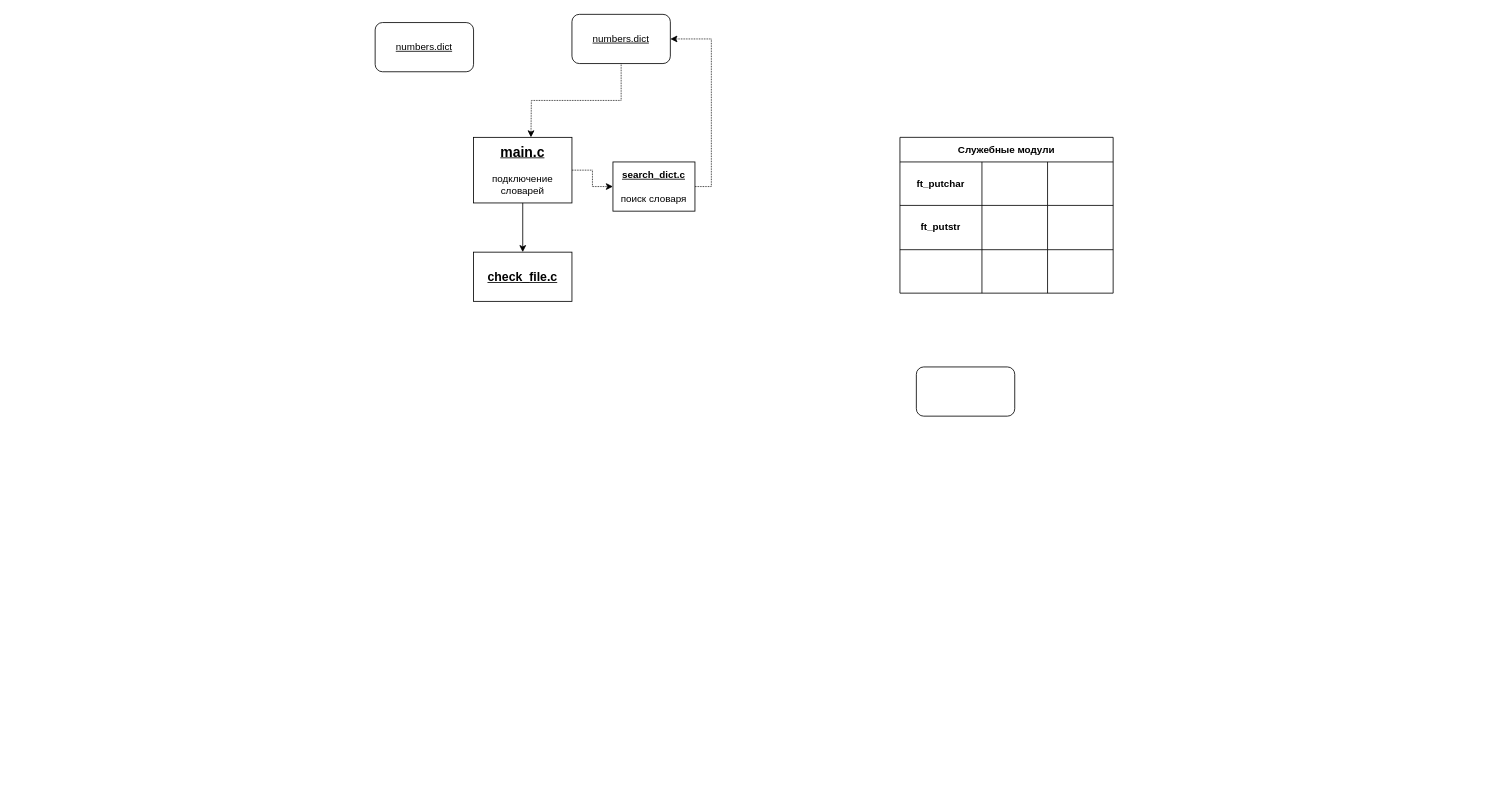
The draw.io diagram Untitled Diagram.drawio in Horokoo/rush2, before the edit. Source tidied: cells renumbered, new cells numbered last; positions are measured from the earlier drawing's top-left corner, leaving out a move shared by most shapes. Both pictures are drawn from the tidied source at 82%, with x=0, y=0 at pixel (375, 14).
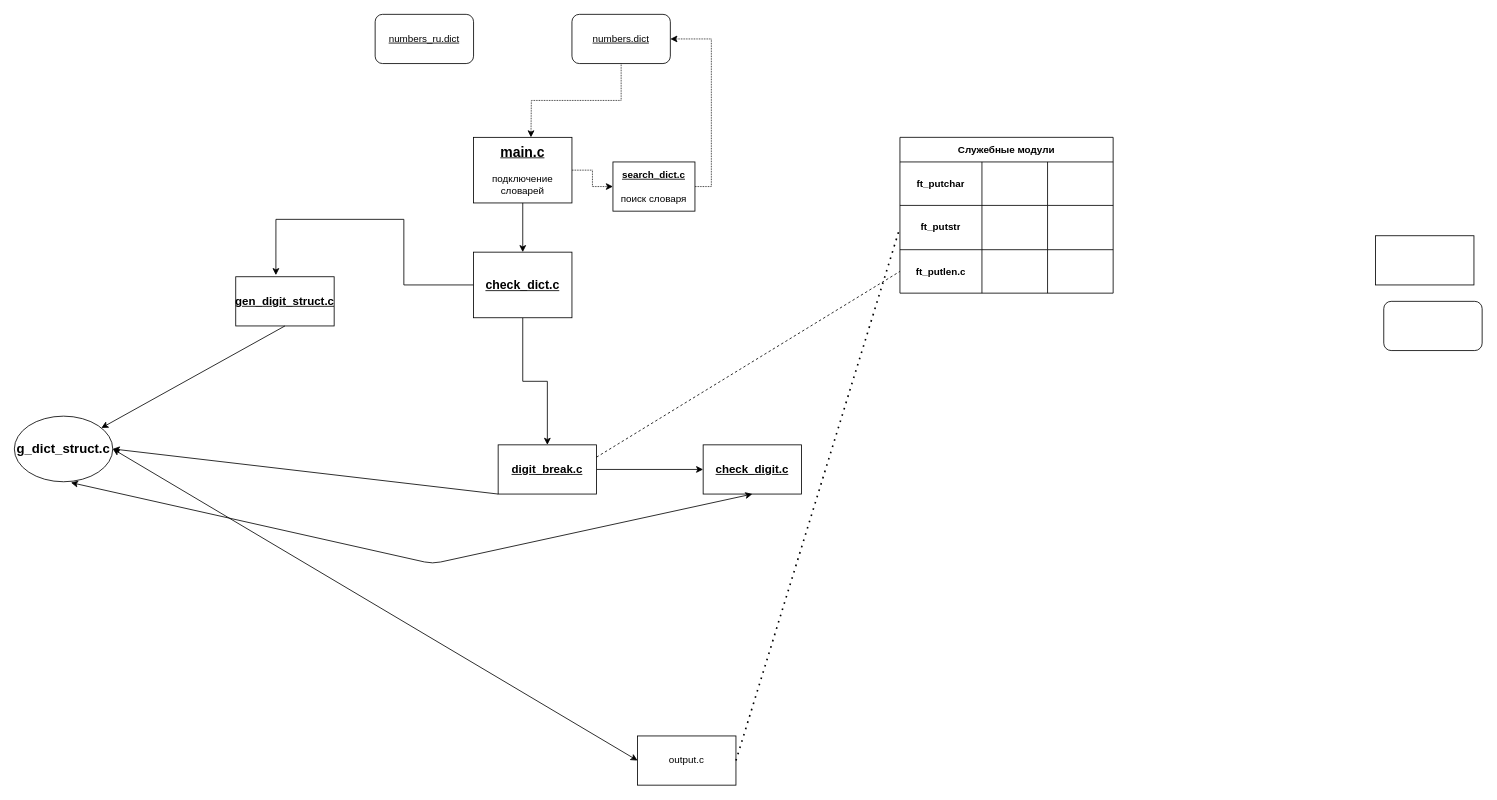
The same diagram, later.

Unchanged cells that the change refers to:
```xml
<mxCell id="11" style="shape=partialRectangle;html=1;whiteSpace=wrap;fillColor=none;top=0;left=0;bottom=0;right=0;points=[[0,0.5],[1,0.5]];portConstraint=eastwest;" parent="6" vertex="1">
  <mxGeometry y="83" width="260" height="54" as="geometry" />
</mxCell>
<mxCell id="15" style="shape=partialRectangle;html=1;whiteSpace=wrap;fillColor=none;top=0;left=0;bottom=0;right=0;points=[[0,0.5],[1,0.5]];portConstraint=eastwest;" parent="6" vertex="1">
  <mxGeometry y="137" width="260" height="53" as="geometry" />
</mxCell>
```

What changed in the source:
```diff
@@
-    <mxCell id="16" style="shape=partialRectangle;html=1;whiteSpace=wrap;fillColor=none;top=0;left=0;bottom=0;right=0;overflow=hidden;" parent="15" vertex="1">
+    <mxCell id="16" value="&lt;b&gt;ft_putlen.c&lt;/b&gt;" style="shape=partialRectangle;html=1;whiteSpace=wrap;fillColor=none;top=0;left=0;bottom=0;right=0;overflow=hidden;" parent="15" vertex="1">
       <mxGeometry width="100" height="53" as="geometry" />
     </mxCell>
@@
+    <mxCell id="25" style="edgeStyle=orthogonalEdgeStyle;rounded=0;jettySize=auto;html=1;entryX=0.408;entryY=-0.033;entryDx=0;entryDy=0;entryPerimeter=0;exitX=0;exitY=0.5;exitDx=0;exitDy=0;" parent="1" edge="1" source="20" target="32">
+      <mxGeometry relative="1" as="geometry">
+        <Array as="points">
+          <mxPoint x="35" y="330" />
+          <mxPoint x="35" y="250" />
+          <mxPoint x="-121" y="250" />
+        </Array>
+      </mxGeometry>
+    </mxCell>
+    <mxCell id="26" style="edgeStyle=orthogonalEdgeStyle;rounded=0;jettySize=auto;html=1;exitX=0.5;exitY=1;exitDx=0;exitDy=0;entryX=0.5;entryY=0;entryDx=0;entryDy=0;" parent="1" edge="1" source="20" target="28">
+      <mxGeometry relative="1" as="geometry" />
+    </mxCell>
-    <mxCell id="20" value="&lt;u&gt;&lt;b&gt;&lt;font style=&quot;font-size: 15px&quot;&gt;check_file.c&lt;/font&gt;&lt;/b&gt;&lt;/u&gt;" style="rounded=0;whiteSpace=wrap;html=1;" parent="1" vertex="1">
-      <mxGeometry x="120" y="290" width="120" height="60" as="geometry" />
+    <mxCell id="20" value="&lt;u&gt;&lt;b&gt;&lt;font style=&quot;font-size: 15px&quot;&gt;check_dict.c&lt;/font&gt;&lt;/b&gt;&lt;/u&gt;" style="rounded=0;whiteSpace=wrap;html=1;" parent="1" vertex="1">
+      <mxGeometry x="120" y="290" width="120" height="80" as="geometry" />
     </mxCell>
@@
     <mxCell id="23" style="rounded=1;whiteSpace=wrap;html=1;" parent="1" vertex="1">
-      <mxGeometry x="660" y="430" width="120" height="60" as="geometry" />
+      <mxGeometry x="1230" y="350" width="120" height="60" as="geometry" />
     </mxCell>
-    <mxCell id="24" value="&lt;u&gt;numbers.dict&lt;/u&gt;" style="rounded=1;whiteSpace=wrap;html=1;" parent="1" vertex="1">
-      <mxGeometry y="10" width="120" height="60" as="geometry" />
+    <mxCell id="24" value="&lt;u&gt;numbers_ru.dict&lt;/u&gt;" style="rounded=1;whiteSpace=wrap;html=1;" parent="1" vertex="1">
+      <mxGeometry width="120" height="60" as="geometry" />
     </mxCell>
+    <mxCell id="27" style="edgeStyle=orthogonalEdgeStyle;rounded=0;jettySize=auto;html=1;exitX=1;exitY=0.5;exitDx=0;exitDy=0;entryX=0;entryY=0.5;entryDx=0;entryDy=0;" parent="1" edge="1" source="28" target="29">
+      <mxGeometry relative="1" as="geometry" />
+    </mxCell>
+    <mxCell id="28" value="&lt;b&gt;&lt;u&gt;&lt;font style=&quot;font-size: 14px&quot;&gt;digit_break.c&lt;/font&gt;&lt;/u&gt;&lt;/b&gt;" style="rounded=0;whiteSpace=wrap;html=1;" parent="1" vertex="1">
+      <mxGeometry x="150" y="525" width="120" height="60" as="geometry" />
+    </mxCell>
+    <mxCell id="29" value="&lt;b&gt;&lt;u&gt;&lt;font style=&quot;font-size: 14px&quot;&gt;check_digit.c&lt;/font&gt;&lt;/u&gt;&lt;/b&gt;" style="rounded=0;whiteSpace=wrap;html=1;" parent="1" vertex="1">
+      <mxGeometry x="400" y="525" width="120" height="60" as="geometry" />
+    </mxCell>
+    <mxCell id="30" value="output.c" style="rounded=0;whiteSpace=wrap;html=1;" parent="1" vertex="1">
+      <mxGeometry x="320" y="880" width="120" height="60" as="geometry" />
+    </mxCell>
+    <mxCell id="31" style="rounded=0;whiteSpace=wrap;html=1;" parent="1" vertex="1">
+      <mxGeometry x="1220" y="270" width="120" height="60" as="geometry" />
+    </mxCell>
+    <mxCell id="32" value="&lt;b&gt;&lt;u&gt;&lt;font style=&quot;font-size: 14px&quot;&gt;gen_digit_struct.c&lt;/font&gt;&lt;/u&gt;&lt;/b&gt;" style="rounded=0;whiteSpace=wrap;html=1;" parent="1" vertex="1">
+      <mxGeometry x="-170" y="320" width="120" height="60" as="geometry" />
+    </mxCell>
+    <mxCell id="33" style="endArrow=none;dashed=1;html=1;dashPattern=1 3;strokeWidth=2;exitX=1;exitY=0.5;exitDx=0;exitDy=0;entryX=0;entryY=0.5;entryDx=0;entryDy=0;" parent="1" edge="1" source="30" target="11">
+      <mxGeometry relative="1" as="geometry" />
+    </mxCell>
+    <mxCell id="34" style="endArrow=none;dashed=1;html=1;entryX=0;entryY=0.5;entryDx=0;entryDy=0;exitX=1;exitY=0.25;exitDx=0;exitDy=0;" parent="1" edge="1" source="28" target="15">
+      <mxGeometry relative="1" as="geometry" />
+    </mxCell>
+    <mxCell id="35" style="endArrow=classic;html=1;exitX=0.5;exitY=1;exitDx=0;exitDy=0;" parent="1" edge="1" source="32" target="36">
+      <mxGeometry relative="1" as="geometry" />
+    </mxCell>
+    <mxCell id="36" value="&lt;b&gt;&lt;font style=&quot;font-size: 16px&quot;&gt;g_dict_struct.c&lt;/font&gt;&lt;/b&gt;" style="ellipse;whiteSpace=wrap;html=1;" parent="1" vertex="1">
+      <mxGeometry x="-440" y="490" width="120" height="80" as="geometry" />
+    </mxCell>
+    <mxCell id="37" style="endArrow=classic;startArrow=classic;html=1;exitX=1;exitY=0.5;exitDx=0;exitDy=0;entryX=0;entryY=0.5;entryDx=0;entryDy=0;" parent="1" edge="1" source="36" target="30">
+      <mxGeometry relative="1" as="geometry" />
+    </mxCell>
+    <mxCell id="38" style="endArrow=classic;html=1;exitX=0;exitY=1;exitDx=0;exitDy=0;" parent="1" edge="1" source="28">
+      <mxGeometry relative="1" as="geometry">
+        <mxPoint x="-320" y="530" as="targetPoint" />
+      </mxGeometry>
+    </mxCell>
+    <mxCell id="39" style="edgeStyle=orthogonalEdgeStyle;rounded=0;orthogonalLoop=1;jettySize=auto;html=1;exitX=0.5;exitY=1;exitDx=0;exitDy=0;" parent="1" edge="1" source="29" target="29">
+      <mxGeometry relative="1" as="geometry" />
+    </mxCell>
+    <mxCell id="40" style="endArrow=classic;startArrow=classic;html=1;exitX=0.5;exitY=1;exitDx=0;exitDy=0;entryX=0.575;entryY=1.013;entryDx=0;entryDy=0;entryPerimeter=0;" parent="1" edge="1" source="29" target="36">
+      <mxGeometry relative="1" as="geometry">
+        <Array as="points">
+          <mxPoint x="70" y="670" />
+        </Array>
+      </mxGeometry>
+    </mxCell>
```
